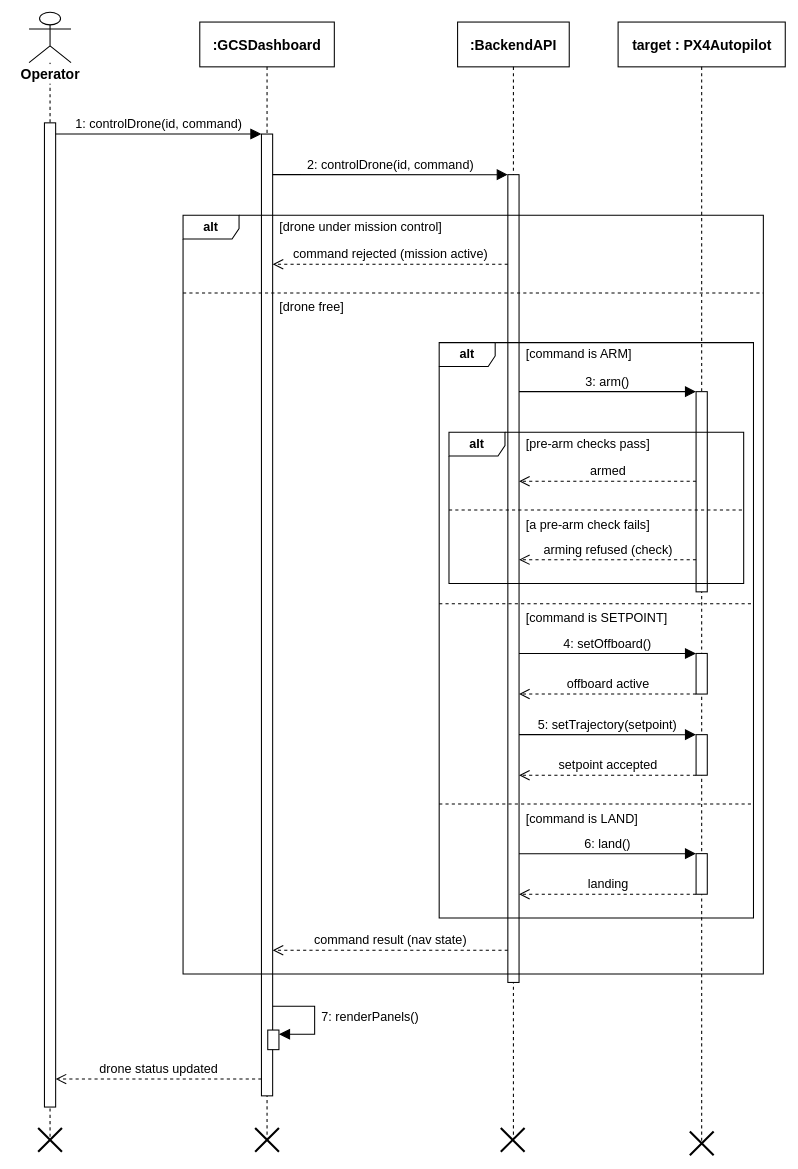
Earlier version of the draw.io diagram 11_sequence_command.drawio (syedmohammad611/diagrams). Source tidied: cells renumbered, new cells numbered last; positions are measured from the earlier drawing's top-left corner, leaving out a move shared by most shapes. Both pictures are drawn from the tidied source at 70%, with x=0, y=0 at pixel (12, 12).
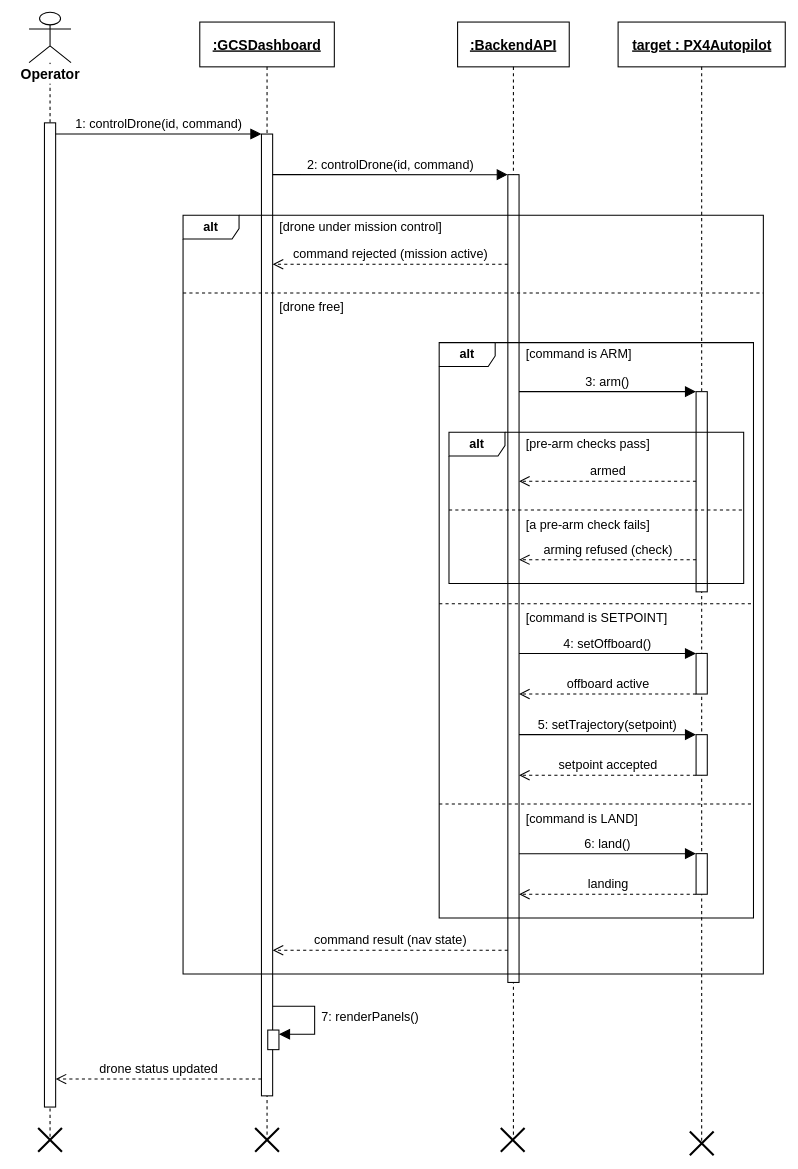
Above is the later version.

The edit, as a diff of the source:
```diff
@@
-    <mxCell id="5" value=":GCSDashboard" style="shape=umlLifeline;perimeter=lifelinePerimeter;whiteSpace=wrap;html=1;newEdgeStyle={&quot;edgeStyle&quot;:&quot;elbowEdgeStyle&quot;,&quot;elbow&quot;:&quot;vertical&quot;,&quot;curved&quot;:0,&quot;rounded&quot;:0};fillColor=none;strokeColor=#000000;strokeWidth=1.5;fontFamily=Helvetica;fontColor=#000000;fontSize=20;fontStyle=1;size=64;" parent="1" vertex="1">
+    <mxCell id="5" value=":GCSDashboard" style="shape=umlLifeline;perimeter=lifelinePerimeter;whiteSpace=wrap;html=1;newEdgeStyle={&quot;edgeStyle&quot;:&quot;elbowEdgeStyle&quot;,&quot;elbow&quot;:&quot;vertical&quot;,&quot;curved&quot;:0,&quot;rounded&quot;:0};fillColor=none;strokeColor=#000000;strokeWidth=1.5;fontFamily=Helvetica;fontColor=#000000;fontSize=20;fontStyle=5;size=64;" parent="1" vertex="1">
       <mxGeometry x="267.9" y="14" width="192.2" height="1598" as="geometry" />
     </mxCell>
@@
-    <mxCell id="8" value=":BackendAPI" style="shape=umlLifeline;perimeter=lifelinePerimeter;whiteSpace=wrap;html=1;newEdgeStyle={&quot;edgeStyle&quot;:&quot;elbowEdgeStyle&quot;,&quot;elbow&quot;:&quot;vertical&quot;,&quot;curved&quot;:0,&quot;rounded&quot;:0};fillColor=none;strokeColor=#000000;strokeWidth=1.5;fontFamily=Helvetica;fontColor=#000000;fontSize=20;fontStyle=1;size=64;" parent="1" vertex="1">
+    <mxCell id="8" value=":BackendAPI" style="shape=umlLifeline;perimeter=lifelinePerimeter;whiteSpace=wrap;html=1;newEdgeStyle={&quot;edgeStyle&quot;:&quot;elbowEdgeStyle&quot;,&quot;elbow&quot;:&quot;vertical&quot;,&quot;curved&quot;:0,&quot;rounded&quot;:0};fillColor=none;strokeColor=#000000;strokeWidth=1.5;fontFamily=Helvetica;fontColor=#000000;fontSize=20;fontStyle=5;size=64;" parent="1" vertex="1">
       <mxGeometry x="636.2" y="14" width="159.5" height="1598" as="geometry" />
     </mxCell>
@@
-    <mxCell id="10" value="target : PX4Autopilot" style="shape=umlLifeline;perimeter=lifelinePerimeter;whiteSpace=wrap;html=1;newEdgeStyle={&quot;edgeStyle&quot;:&quot;elbowEdgeStyle&quot;,&quot;elbow&quot;:&quot;vertical&quot;,&quot;curved&quot;:0,&quot;rounded&quot;:0};fillColor=none;strokeColor=#000000;strokeWidth=1.5;fontFamily=Helvetica;fontColor=#000000;fontSize=20;fontStyle=1;size=64;" parent="1" vertex="1">
+    <mxCell id="10" value="target : PX4Autopilot" style="shape=umlLifeline;perimeter=lifelinePerimeter;whiteSpace=wrap;html=1;newEdgeStyle={&quot;edgeStyle&quot;:&quot;elbowEdgeStyle&quot;,&quot;elbow&quot;:&quot;vertical&quot;,&quot;curved&quot;:0,&quot;rounded&quot;:0};fillColor=none;strokeColor=#000000;strokeWidth=1.5;fontFamily=Helvetica;fontColor=#000000;fontSize=20;fontStyle=5;size=64;" parent="1" vertex="1">
       <mxGeometry x="865.5" y="14" width="238.8" height="1598" as="geometry" />
     </mxCell>
```
